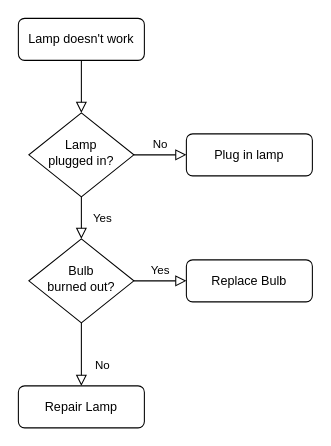
Before: Untitled Diagram.drawio in tangjing2/HKStocks.P, a draw.io diagram. Source tidied: cells renumbered, new cells numbered last; positions are measured from the earlier drawing's top-left corner, leaving out a move shared by most shapes. Both pictures are drawn from the tidied source at 105%, with x=0, y=0 at pixel (18, 18).
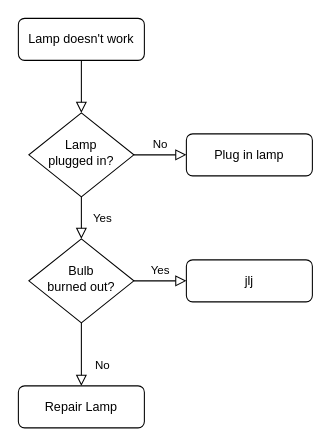
After the change.

The edit, as a diff of the source:
```diff
@@
 <mxGraphModel>
   <root>
     <mxCell id="0" />
     <mxCell id="1" parent="0" />
     <mxCell id="2" style="rounded=0;html=1;jettySize=auto;fontSize=11;endArrow=block;endFill=0;endSize=8;strokeWidth=1;shadow=0;labelBackgroundColor=none;edgeStyle=orthogonalEdgeStyle;" parent="1" edge="1" source="3" target="6">
       <mxGeometry relative="1" as="geometry" />
     </mxCell>
     <mxCell id="3" value="Lamp doesn't work" style="rounded=1;whiteSpace=wrap;html=1;fontSize=12;glass=0;strokeWidth=1;shadow=0;" parent="1" vertex="1">
       <mxGeometry width="120" height="40" as="geometry" />
     </mxCell>
     <mxCell id="4" value="Yes" style="rounded=0;html=1;jettySize=auto;fontSize=11;endArrow=block;endFill=0;endSize=8;strokeWidth=1;shadow=0;labelBackgroundColor=none;edgeStyle=orthogonalEdgeStyle;" parent="1" edge="1" source="6" target="10">
       <mxGeometry y="20" relative="1" as="geometry" />
     </mxCell>
     <mxCell id="5" value="No" style="edgeStyle=orthogonalEdgeStyle;rounded=0;html=1;jettySize=auto;fontSize=11;endArrow=block;endFill=0;endSize=8;strokeWidth=1;shadow=0;labelBackgroundColor=none;" parent="1" edge="1" source="6" target="7">
       <mxGeometry y="10" relative="1" as="geometry" />
     </mxCell>
     <mxCell id="6" value="Lamp&lt;br&gt;plugged in?" style="rhombus;whiteSpace=wrap;html=1;shadow=0;fontFamily=Helvetica;fontSize=12;align=center;strokeWidth=1;spacing=6;spacingTop=-4;" parent="1" vertex="1">
       <mxGeometry x="10" y="90" width="100" height="80" as="geometry" />
     </mxCell>
     <mxCell id="7" value="Plug in lamp" style="rounded=1;whiteSpace=wrap;html=1;fontSize=12;glass=0;strokeWidth=1;shadow=0;" parent="1" vertex="1">
       <mxGeometry x="160" y="110" width="120" height="40" as="geometry" />
     </mxCell>
     <mxCell id="8" value="No" style="rounded=0;html=1;jettySize=auto;fontSize=11;endArrow=block;endFill=0;endSize=8;strokeWidth=1;shadow=0;labelBackgroundColor=none;edgeStyle=orthogonalEdgeStyle;" parent="1" edge="1" source="10" target="11">
       <mxGeometry x="0.33" y="20" relative="1" as="geometry" />
     </mxCell>
     <mxCell id="9" value="Yes" style="edgeStyle=orthogonalEdgeStyle;rounded=0;html=1;jettySize=auto;fontSize=11;endArrow=block;endFill=0;endSize=8;strokeWidth=1;shadow=0;labelBackgroundColor=none;" parent="1" edge="1" source="10" target="12">
       <mxGeometry y="10" relative="1" as="geometry" />
     </mxCell>
     <mxCell id="10" value="Bulb&lt;br&gt;burned out?" style="rhombus;whiteSpace=wrap;html=1;shadow=0;fontFamily=Helvetica;fontSize=12;align=center;strokeWidth=1;spacing=6;spacingTop=-4;" parent="1" vertex="1">
       <mxGeometry x="10" y="210" width="100" height="80" as="geometry" />
     </mxCell>
     <mxCell id="11" value="Repair Lamp" style="rounded=1;whiteSpace=wrap;html=1;fontSize=12;glass=0;strokeWidth=1;shadow=0;" parent="1" vertex="1">
       <mxGeometry y="350" width="120" height="40" as="geometry" />
     </mxCell>
-    <mxCell id="12" value="Replace Bulb" style="rounded=1;whiteSpace=wrap;html=1;fontSize=12;glass=0;strokeWidth=1;shadow=0;" parent="1" vertex="1">
+    <mxCell id="12" value="jlj&lt;br&gt;" style="rounded=1;whiteSpace=wrap;html=1;fontSize=12;glass=0;strokeWidth=1;shadow=0;" parent="1" vertex="1">
       <mxGeometry x="160" y="230" width="120" height="40" as="geometry" />
     </mxCell>
   </root>
 </mxGraphModel>
```
